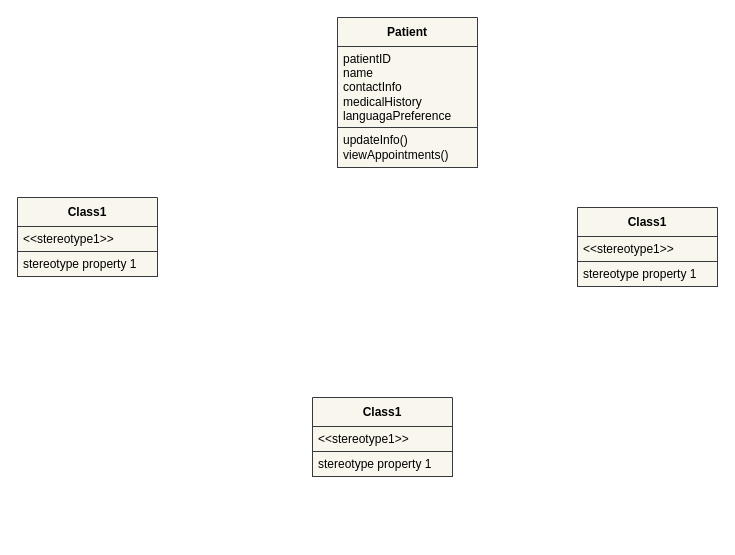
Travfalgar/DCMS_class keeps this draw.io diagram as DCMS_class.drawio. Above is the earlier version. Source tidied: cells renumbered, new cells numbered last; positions are measured from the earlier drawing's top-left corner, leaving out a move shared by most shapes. Both pictures are drawn from the tidied source at 100%, with x=0, y=0 at pixel (17, 17).
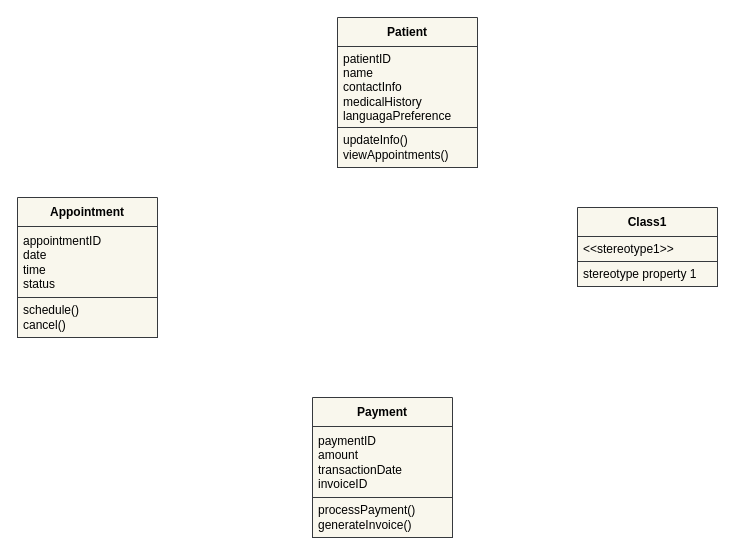
The same page after the edit.

Diff of the diagram source:
```diff
@@
 <mxGraphModel>
   <root>
     <mxCell id="0" />
     <mxCell id="1" parent="0" />
     <mxCell id="2" value="Patient" style="swimlane;fontStyle=1;align=center;verticalAlign=middle;horizontal=1;startSize=29;html=1;whiteSpace=wrap;fillColor=#f9f7ed;strokeColor=#36393d;" parent="1" vertex="1">
       <mxGeometry x="320" width="140" height="150" as="geometry" />
     </mxCell>
     <mxCell id="3" value="patientID&lt;div&gt;name&lt;/div&gt;&lt;div&gt;contactInfo&lt;/div&gt;&lt;div&gt;medicalHistory&lt;/div&gt;&lt;div&gt;languagaPreference&lt;/div&gt;" style="text;html=1;strokeColor=#36393d;fillColor=#f9f7ed;align=left;verticalAlign=middle;spacingLeft=4;spacingRight=4;overflow=hidden;whiteSpace=wrap;" parent="2" vertex="1">
       <mxGeometry y="29" width="140" height="81" as="geometry" />
     </mxCell>
     <mxCell id="4" value="updateInfo()&lt;div&gt;viewAppointments()&lt;/div&gt;" style="text;html=1;strokeColor=#36393d;fillColor=#f9f7ed;align=left;verticalAlign=middle;spacingLeft=4;spacingRight=4;overflow=hidden;whiteSpace=wrap;" parent="2" vertex="1">
       <mxGeometry y="110" width="140" height="40" as="geometry" />
     </mxCell>
-    <mxCell id="5" value="Class1" style="swimlane;fontStyle=1;align=center;verticalAlign=middle;horizontal=1;startSize=29;html=1;whiteSpace=wrap;fillColor=#f9f7ed;strokeColor=#36393d;" parent="1" vertex="1">
-      <mxGeometry y="180" width="140" height="79" as="geometry" />
+    <mxCell id="5" value="Appointment" style="swimlane;fontStyle=1;align=center;verticalAlign=middle;horizontal=1;startSize=29;html=1;whiteSpace=wrap;fillColor=#f9f7ed;strokeColor=#36393d;" parent="1" vertex="1">
+      <mxGeometry y="180" width="140" height="140" as="geometry" />
     </mxCell>
-    <mxCell id="6" value="&amp;lt;&amp;lt;stereotype1&amp;gt;&amp;gt;" style="text;html=1;strokeColor=#36393d;fillColor=#f9f7ed;align=left;verticalAlign=middle;spacingLeft=4;spacingRight=4;overflow=hidden;whiteSpace=wrap;" parent="5" vertex="1">
-      <mxGeometry y="29" width="140" height="25" as="geometry" />
+    <mxCell id="6" value="appointmentID&lt;div&gt;date&lt;/div&gt;&lt;div&gt;time&lt;/div&gt;&lt;div&gt;status&lt;/div&gt;" style="text;html=1;strokeColor=#36393d;fillColor=#f9f7ed;align=left;verticalAlign=middle;spacingLeft=4;spacingRight=4;overflow=hidden;whiteSpace=wrap;" parent="5" vertex="1">
+      <mxGeometry y="29" width="140" height="71" as="geometry" />
     </mxCell>
-    <mxCell id="7" value="stereotype property 1" style="text;html=1;strokeColor=#36393d;fillColor=#f9f7ed;align=left;verticalAlign=middle;spacingLeft=4;spacingRight=4;overflow=hidden;whiteSpace=wrap;" parent="5" vertex="1">
-      <mxGeometry y="54" width="140" height="25" as="geometry" />
+    <mxCell id="7" value="schedule()&lt;div&gt;cancel()&lt;/div&gt;" style="text;html=1;strokeColor=#36393d;fillColor=#f9f7ed;align=left;verticalAlign=middle;spacingLeft=4;spacingRight=4;overflow=hidden;whiteSpace=wrap;" parent="5" vertex="1">
+      <mxGeometry y="100" width="140" height="40" as="geometry" />
     </mxCell>
-    <mxCell id="8" value="Class1" style="swimlane;fontStyle=1;align=center;verticalAlign=middle;horizontal=1;startSize=29;html=1;whiteSpace=wrap;fillColor=#f9f7ed;strokeColor=#36393d;" parent="1" vertex="1">
-      <mxGeometry x="295" y="380" width="140" height="79" as="geometry" />
+    <mxCell id="8" value="Payment" style="swimlane;fontStyle=1;align=center;verticalAlign=middle;horizontal=1;startSize=29;html=1;whiteSpace=wrap;fillColor=#f9f7ed;strokeColor=#36393d;" parent="1" vertex="1">
+      <mxGeometry x="295" y="380" width="140" height="140" as="geometry" />
     </mxCell>
-    <mxCell id="9" value="&amp;lt;&amp;lt;stereotype1&amp;gt;&amp;gt;" style="text;html=1;strokeColor=#36393d;fillColor=#f9f7ed;align=left;verticalAlign=middle;spacingLeft=4;spacingRight=4;overflow=hidden;whiteSpace=wrap;" parent="8" vertex="1">
-      <mxGeometry y="29" width="140" height="25" as="geometry" />
+    <mxCell id="9" value="paymentID&lt;div&gt;amount&lt;/div&gt;&lt;div&gt;transactionDate&lt;/div&gt;&lt;div&gt;invoiceID&lt;/div&gt;" style="text;html=1;strokeColor=#36393d;fillColor=#f9f7ed;align=left;verticalAlign=middle;spacingLeft=4;spacingRight=4;overflow=hidden;whiteSpace=wrap;" parent="8" vertex="1">
+      <mxGeometry y="29" width="140" height="71" as="geometry" />
     </mxCell>
-    <mxCell id="10" value="stereotype property 1" style="text;html=1;strokeColor=#36393d;fillColor=#f9f7ed;align=left;verticalAlign=middle;spacingLeft=4;spacingRight=4;overflow=hidden;whiteSpace=wrap;" parent="8" vertex="1">
-      <mxGeometry y="54" width="140" height="25" as="geometry" />
+    <mxCell id="10" value="processPayment()&lt;div&gt;generateInvoice()&lt;/div&gt;" style="text;html=1;strokeColor=#36393d;fillColor=#f9f7ed;align=left;verticalAlign=middle;spacingLeft=4;spacingRight=4;overflow=hidden;whiteSpace=wrap;" parent="8" vertex="1">
+      <mxGeometry y="100" width="140" height="40" as="geometry" />
     </mxCell>
     <mxCell id="11" value="Class1" style="swimlane;fontStyle=1;align=center;verticalAlign=middle;horizontal=1;startSize=29;html=1;whiteSpace=wrap;fillColor=#f9f7ed;strokeColor=#36393d;" parent="1" vertex="1">
       <mxGeometry x="560" y="190" width="140" height="79" as="geometry" />
     </mxCell>
     <mxCell id="12" value="&amp;lt;&amp;lt;stereotype1&amp;gt;&amp;gt;" style="text;html=1;strokeColor=#36393d;fillColor=#f9f7ed;align=left;verticalAlign=middle;spacingLeft=4;spacingRight=4;overflow=hidden;whiteSpace=wrap;" parent="11" vertex="1">
       <mxGeometry y="29" width="140" height="25" as="geometry" />
     </mxCell>
     <mxCell id="13" value="stereotype property 1" style="text;html=1;strokeColor=#36393d;fillColor=#f9f7ed;align=left;verticalAlign=middle;spacingLeft=4;spacingRight=4;overflow=hidden;whiteSpace=wrap;" parent="11" vertex="1">
       <mxGeometry y="54" width="140" height="25" as="geometry" />
     </mxCell>
   </root>
 </mxGraphModel>
```
